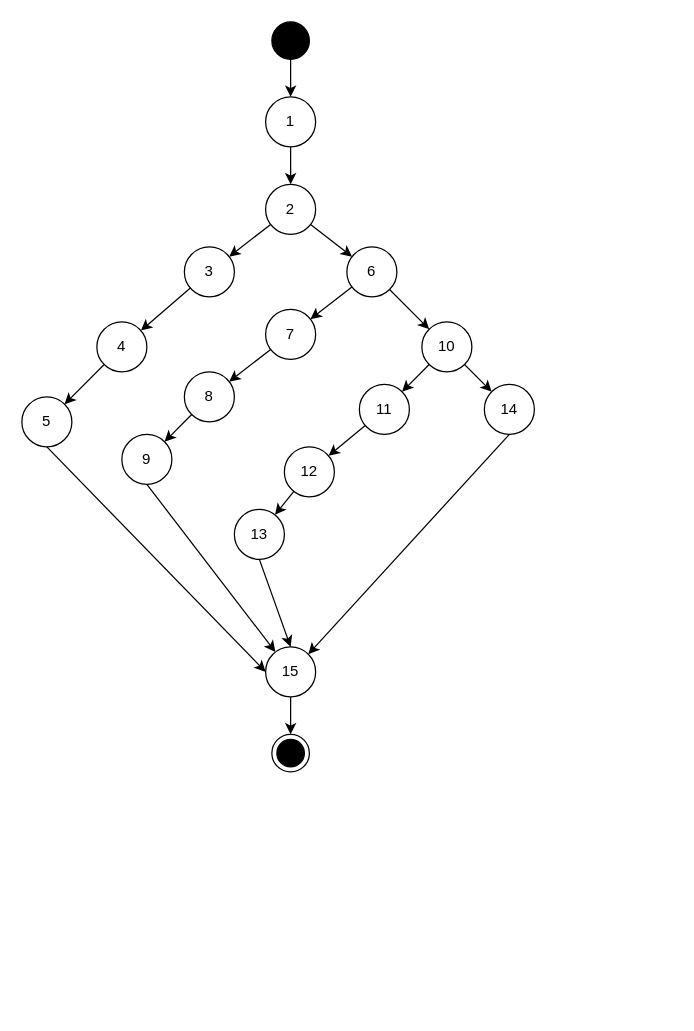
Above: page "Page-1" (2 of 4) of KTPM.drawio in lmv2004/identify-service (draw.io), before the change. Source tidied: cells renumbered, new cells numbered last; positions are measured from the earlier drawing's top-left corner, leaving out a move shared by most shapes. Both pictures are drawn from the tidied source at 125%, with x=0, y=0 at pixel (21, 21).
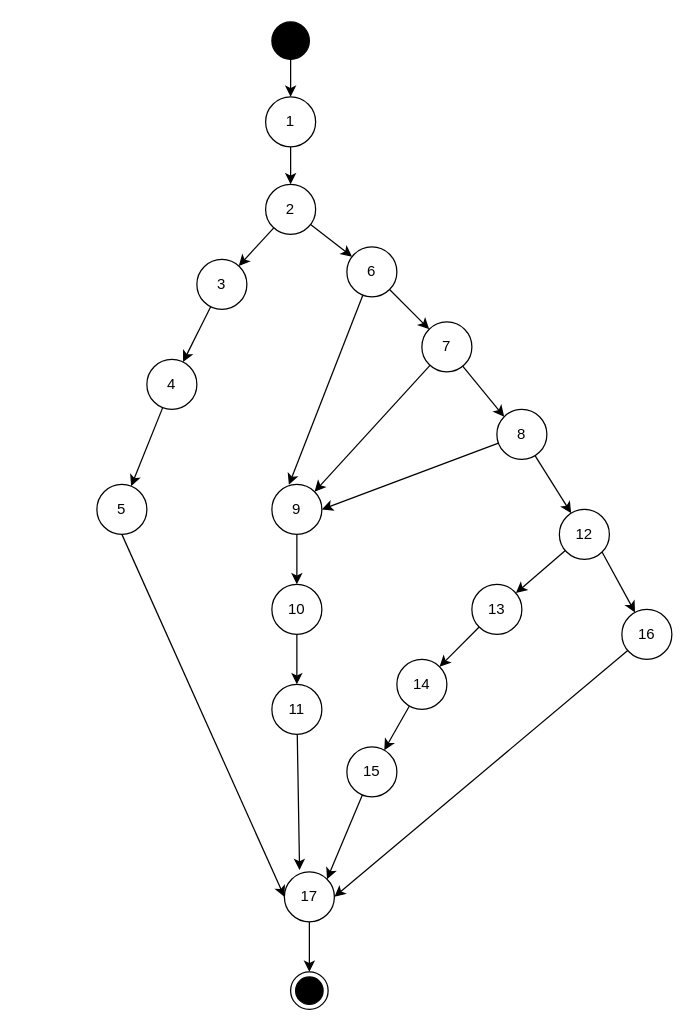
The same page after the edit.

The change refers to these unchanged cells:
```xml
<mxCell id="17" value="6" style="ellipse;whiteSpace=wrap;html=1;" parent="1" vertex="1">
  <mxGeometry x="260" y="180" width="40" height="40" as="geometry" />
</mxCell>
```

Diff of the diagram source:
```diff
@@
     <mxCell id="10" value="3" style="ellipse;whiteSpace=wrap;html=1;" parent="1" vertex="1">
-      <mxGeometry x="130" y="180" width="40" height="40" as="geometry" />
+      <mxGeometry x="140" y="190" width="40" height="40" as="geometry" />
     </mxCell>
@@
     <mxCell id="13" value="4" style="ellipse;whiteSpace=wrap;html=1;" parent="1" vertex="1">
-      <mxGeometry x="60" y="240" width="40" height="40" as="geometry" />
+      <mxGeometry x="100" y="270" width="40" height="40" as="geometry" />
     </mxCell>
     <mxCell id="14" value="5" style="ellipse;whiteSpace=wrap;html=1;" parent="1" vertex="1">
-      <mxGeometry y="300" width="40" height="40" as="geometry" />
+      <mxGeometry x="60" y="370" width="40" height="40" as="geometry" />
     </mxCell>
-    <mxCell id="15" style="rounded=0;jettySize=auto;html=1;" parent="1" edge="1" source="17" target="19">
-      <mxGeometry relative="1" as="geometry" />
-    </mxCell>
-    <mxCell id="16" style="rounded=0;jettySize=auto;html=1;" parent="1" edge="1" source="17" target="26">
+    <mxCell id="16" style="rounded=0;jettySize=auto;html=1;entryX=0;entryY=0;entryDx=0;entryDy=0;" parent="1" edge="1" source="17" target="19">
       <mxGeometry relative="1" as="geometry" />
     </mxCell>
+    <mxCell id="38" style="rounded=0;jettySize=auto;html=1;entryX=0.34;entryY=0.009;entryDx=0;entryDy=0;entryPerimeter=0;" parent="1" edge="1" source="17" target="23">
+      <mxGeometry relative="1" as="geometry" />
+    </mxCell>
@@
+    <mxCell id="35" style="ellipse;html=1;shape=endState;fillColor=strokeColor;fontSize=11;labelPosition=left;verticalLabelPosition=middle;align=right;verticalAlign=middle;spacingRight=7;" parent="1" vertex="1">
+      <mxGeometry x="215" y="760" width="30" height="30" as="geometry" />
+    </mxCell>
+    <mxCell id="36" style="rounded=0;jettySize=auto;html=1;" parent="1" edge="1" source="37" target="35">
+      <mxGeometry relative="1" as="geometry" />
+    </mxCell>
+    <mxCell id="37" value="17" style="ellipse;whiteSpace=wrap;html=1;" parent="1" vertex="1">
+      <mxGeometry x="210" y="680" width="40" height="40" as="geometry" />
+    </mxCell>
+    <mxCell id="39" style="rounded=0;jettySize=auto;html=1;entryX=0.5;entryY=0;entryDx=0;entryDy=0;" parent="1" edge="1" source="23" target="26">
+      <mxGeometry relative="1" as="geometry" />
+    </mxCell>
+    <mxCell id="23" value="9" style="ellipse;whiteSpace=wrap;html=1;" parent="1" vertex="1">
+      <mxGeometry x="200" y="370" width="40" height="40" as="geometry" />
+    </mxCell>
+    <mxCell id="24" style="rounded=0;jettySize=auto;html=1;entryX=0.5;entryY=0;entryDx=0;entryDy=0;" parent="1" edge="1" source="26" target="28">
+      <mxGeometry relative="1" as="geometry" />
+    </mxCell>
+    <mxCell id="26" value="10" style="ellipse;whiteSpace=wrap;html=1;" parent="1" vertex="1">
+      <mxGeometry x="200" y="450" width="40" height="40" as="geometry" />
+    </mxCell>
+    <mxCell id="40" style="rounded=0;jettySize=auto;html=1;entryX=0.304;entryY=-0.037;entryDx=0;entryDy=0;entryPerimeter=0;" parent="1" edge="1" source="28" target="37">
+      <mxGeometry relative="1" as="geometry" />
+    </mxCell>
+    <mxCell id="28" value="11" style="ellipse;whiteSpace=wrap;html=1;" parent="1" vertex="1">
+      <mxGeometry x="200" y="530" width="40" height="40" as="geometry" />
+    </mxCell>
+    <mxCell id="41" style="rounded=0;jettySize=auto;html=1;entryX=1;entryY=0;entryDx=0;entryDy=0;" parent="1" edge="1" source="19" target="23">
+      <mxGeometry relative="1" as="geometry" />
+    </mxCell>
-    <mxCell id="18" style="rounded=0;jettySize=auto;html=1;" parent="1" edge="1" source="19" target="21">
+    <mxCell id="18" style="rounded=0;jettySize=auto;html=1;entryX=0;entryY=0;entryDx=0;entryDy=0;" parent="1" edge="1" source="19" target="21">
       <mxGeometry relative="1" as="geometry" />
     </mxCell>
     <mxCell id="19" value="7" style="ellipse;whiteSpace=wrap;html=1;" parent="1" vertex="1">
-      <mxGeometry x="195" y="230" width="40" height="40" as="geometry" />
+      <mxGeometry x="320" y="240" width="40" height="40" as="geometry" />
     </mxCell>
-    <mxCell id="20" style="rounded=0;jettySize=auto;html=1;" parent="1" edge="1" source="21" target="23">
+    <mxCell id="20" style="rounded=0;jettySize=auto;html=1;entryX=1;entryY=0.5;entryDx=0;entryDy=0;" parent="1" edge="1" source="21" target="23">
       <mxGeometry relative="1" as="geometry" />
     </mxCell>
+    <mxCell id="42" style="rounded=0;jettySize=auto;html=1;" parent="1" edge="1" source="21" target="30">
+      <mxGeometry relative="1" as="geometry" />
+    </mxCell>
     <mxCell id="21" value="8" style="ellipse;whiteSpace=wrap;html=1;" parent="1" vertex="1">
-      <mxGeometry x="130" y="280" width="40" height="40" as="geometry" />
+      <mxGeometry x="380" y="310" width="40" height="40" as="geometry" />
     </mxCell>
-    <mxCell id="22" style="rounded=0;jettySize=auto;html=1;exitX=0.5;exitY=1;exitDx=0;exitDy=0;" parent="1" edge="1" source="23" target="37">
-      <mxGeometry relative="1" as="geometry" />
-    </mxCell>
-    <mxCell id="23" value="9" style="ellipse;whiteSpace=wrap;html=1;" parent="1" vertex="1">
-      <mxGeometry x="80" y="330" width="40" height="40" as="geometry" />
-    </mxCell>
-    <mxCell id="24" style="rounded=0;jettySize=auto;html=1;" parent="1" edge="1" source="26" target="28">
-      <mxGeometry relative="1" as="geometry" />
-    </mxCell>
-    <mxCell id="25" style="rounded=0;jettySize=auto;html=1;" parent="1" edge="1" source="26" target="33">
-      <mxGeometry relative="1" as="geometry" />
-    </mxCell>
-    <mxCell id="26" value="10" style="ellipse;whiteSpace=wrap;html=1;" parent="1" vertex="1">
-      <mxGeometry x="320" y="240" width="40" height="40" as="geometry" />
-    </mxCell>
-    <mxCell id="27" style="rounded=0;jettySize=auto;html=1;" parent="1" edge="1" source="28" target="30">
-      <mxGeometry relative="1" as="geometry" />
-    </mxCell>
-    <mxCell id="28" value="11" style="ellipse;whiteSpace=wrap;html=1;" parent="1" vertex="1">
-      <mxGeometry x="270" y="290" width="40" height="40" as="geometry" />
-    </mxCell>
@@
     <mxCell id="30" value="12" style="ellipse;whiteSpace=wrap;html=1;" parent="1" vertex="1">
-      <mxGeometry x="210" y="340" width="40" height="40" as="geometry" />
+      <mxGeometry x="430" y="390" width="40" height="40" as="geometry" />
     </mxCell>
-    <mxCell id="31" style="rounded=0;jettySize=auto;html=1;entryX=0.5;entryY=0;entryDx=0;entryDy=0;exitX=0.5;exitY=1;exitDx=0;exitDy=0;" parent="1" edge="1" source="32" target="37">
-      <mxGeometry relative="1" as="geometry" />
-    </mxCell>
+    <mxCell id="43" style="rounded=0;jettySize=auto;html=1;" parent="1" edge="1" source="33" target="47">
+      <mxGeometry relative="1" as="geometry" />
+    </mxCell>
+    <mxCell id="33" value="14" style="ellipse;whiteSpace=wrap;html=1;" parent="1" vertex="1">
+      <mxGeometry x="300" y="510" width="40" height="40" as="geometry" />
+    </mxCell>
+    <mxCell id="44" style="rounded=0;jettySize=auto;html=1;exitX=0;exitY=1;exitDx=0;exitDy=0;" parent="1" edge="1" source="32" target="33">
+      <mxGeometry relative="1" as="geometry" />
+    </mxCell>
     <mxCell id="32" value="13" style="ellipse;whiteSpace=wrap;html=1;" parent="1" vertex="1">
-      <mxGeometry x="170" y="390" width="40" height="40" as="geometry" />
+      <mxGeometry x="360" y="450" width="40" height="40" as="geometry" />
     </mxCell>
-    <mxCell id="33" value="14" style="ellipse;whiteSpace=wrap;html=1;" parent="1" vertex="1">
-      <mxGeometry x="370" y="290" width="40" height="40" as="geometry" />
-    </mxCell>
-    <mxCell id="34" style="rounded=0;jettySize=auto;html=1;entryX=1;entryY=0;entryDx=0;entryDy=0;exitX=0.5;exitY=1;exitDx=0;exitDy=0;" parent="1" edge="1" source="33" target="37">
-      <mxGeometry relative="1" as="geometry" />
-    </mxCell>
-    <mxCell id="35" style="ellipse;html=1;shape=endState;fillColor=strokeColor;fontSize=11;labelPosition=left;verticalLabelPosition=middle;align=right;verticalAlign=middle;spacingRight=7;" parent="1" vertex="1">
-      <mxGeometry x="200" y="570" width="30" height="30" as="geometry" />
-    </mxCell>
-    <mxCell id="36" style="edgeStyle=orthogonalEdgeStyle;rounded=0;jettySize=auto;html=1;entryX=0.5;entryY=0;entryDx=0;entryDy=0;" parent="1" edge="1" source="37" target="35">
-      <mxGeometry relative="1" as="geometry" />
-    </mxCell>
-    <mxCell id="37" value="15" style="ellipse;whiteSpace=wrap;html=1;" parent="1" vertex="1">
-      <mxGeometry x="195" y="500" width="40" height="40" as="geometry" />
-    </mxCell>
+    <mxCell id="45" style="rounded=0;jettySize=auto;html=1;entryX=1;entryY=0;entryDx=0;entryDy=0;" parent="1" edge="1" source="47" target="37">
+      <mxGeometry relative="1" as="geometry" />
+    </mxCell>
+    <mxCell id="46" style="rounded=0;jettySize=auto;html=1;exitX=1;exitY=1;exitDx=0;exitDy=0;" parent="1" edge="1" source="30" target="49">
+      <mxGeometry relative="1" as="geometry" />
+    </mxCell>
+    <mxCell id="47" value="15" style="ellipse;whiteSpace=wrap;html=1;" parent="1" vertex="1">
+      <mxGeometry x="260" y="580" width="40" height="40" as="geometry" />
+    </mxCell>
+    <mxCell id="48" style="rounded=0;jettySize=auto;html=1;entryX=1;entryY=0.5;entryDx=0;entryDy=0;" parent="1" edge="1" source="49" target="37">
+      <mxGeometry relative="1" as="geometry" />
+    </mxCell>
+    <mxCell id="49" value="16" style="ellipse;whiteSpace=wrap;html=1;" parent="1" vertex="1">
+      <mxGeometry x="480" y="470" width="40" height="40" as="geometry" />
+    </mxCell>
```
